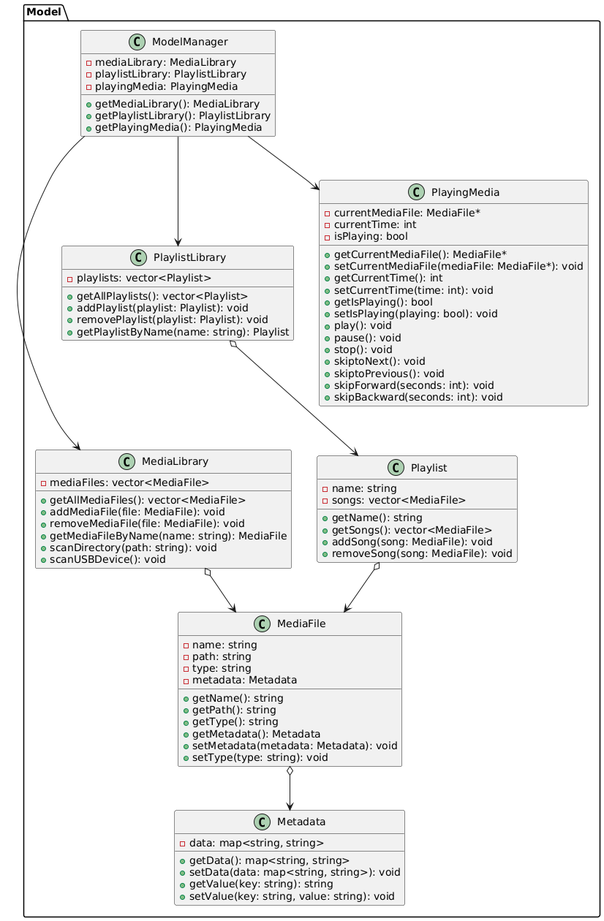
This is Docs/model/model.png from Weizy-NTT/Spotify-rep-1-1, a PlantUML export, as it was before one commit.
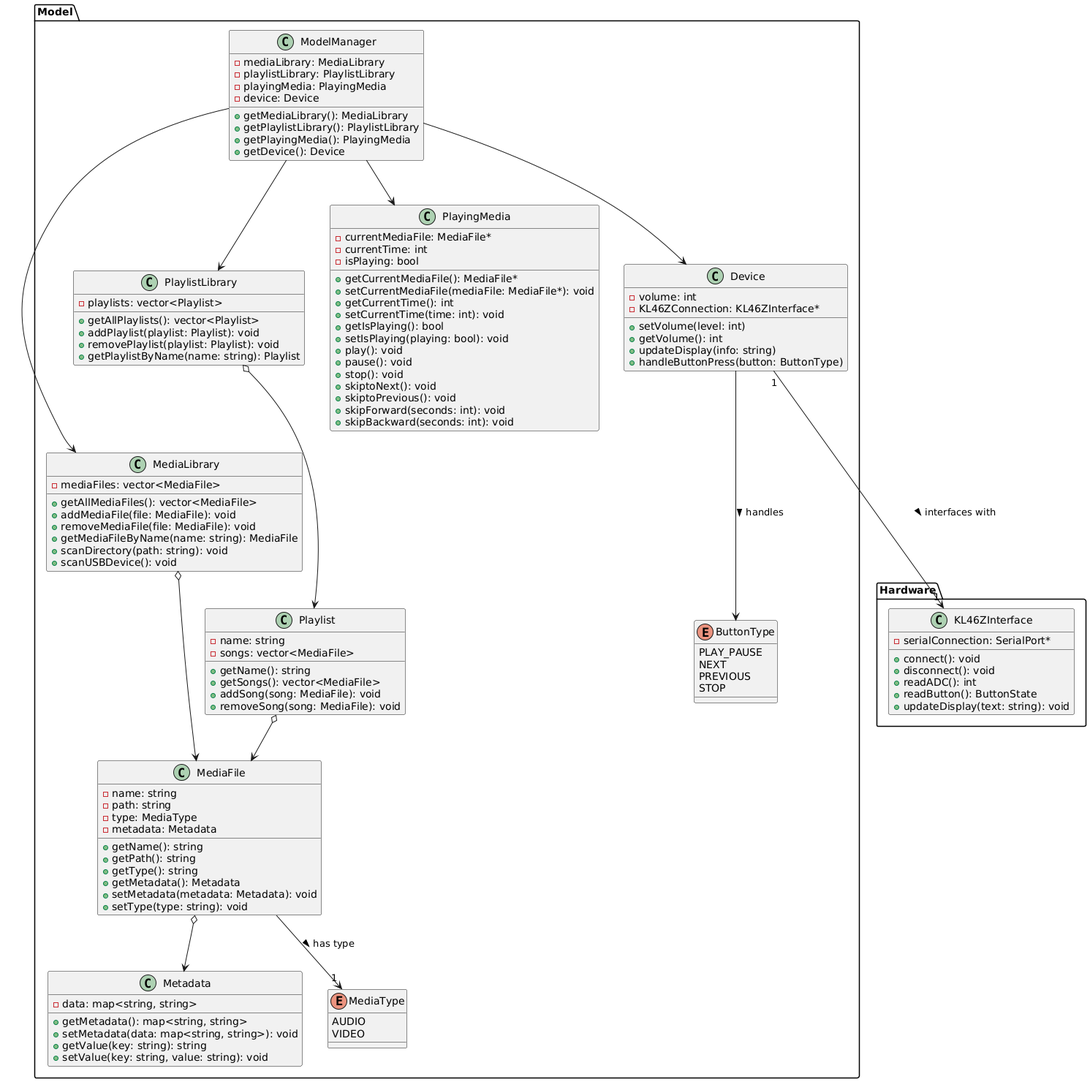
Later version of the same file.

Change to the diagram source:
```diff
@@ -3,7 +3,7 @@
     class MediaFile {
         - name: string
         - path: string
-        - type: string
+        - type: MediaType
         - metadata: Metadata
 
         + getName(): string
@@ -48,10 +48,12 @@
         - mediaLibrary: MediaLibrary
         - playlistLibrary: PlaylistLibrary
         - playingMedia: PlayingMedia
+        - device: Device
 
         + getMediaLibrary(): MediaLibrary
         + getPlaylistLibrary(): PlaylistLibrary
         + getPlayingMedia(): PlayingMedia
+        + getDevice(): Device
     }
 
     class PlayingMedia {
@@ -77,18 +79,56 @@
     class Metadata {
         - data: map<string, string>
 
-        + getData(): map<string, string>
-        + setData(data: map<string, string>): void
+        + getMetadata(): map<string, string>
+        + setMetadata(data: map<string, string>): void
         + getValue(key: string): string
         + setValue(key: string, value: string): void
     }
 
+    class Device {
+        - volume: int
+        - KL46ZConnection: KL46ZInterface*
+        + setVolume(level: int)
+        + getVolume(): int
+        + updateDisplay(info: string)
+        + handleButtonPress(button: ButtonType)
+    }
+
+    enum ButtonType {
+        PLAY_PAUSE
+        NEXT
+        PREVIOUS
+        STOP
+    }
+
+    Device --> ButtonType : handles >
+
+    enum MediaType {
+        AUDIO
+        VIDEO
+    }
+
+    MediaFile --> "1" MediaType : has type >
+
+    ModelManager --> PlayingMedia
     ModelManager --> MediaLibrary
     ModelManager --> PlaylistLibrary
-    ModelManager --> PlayingMedia
+    ModelManager --> Device
     MediaLibrary o--> MediaFile
     PlaylistLibrary o--> Playlist
     Playlist o--> MediaFile
     MediaFile o--> Metadata
 }
+
+package Hardware {
+    class KL46ZInterface {
+        - serialConnection: SerialPort*
+        + connect(): void
+        + disconnect(): void
+        + readADC(): int
+        + readButton(): ButtonState
+        + updateDisplay(text: string): void
+    }
+    Device "1" --> "1" KL46ZInterface : interfaces with >
+}
 @enduml
```
